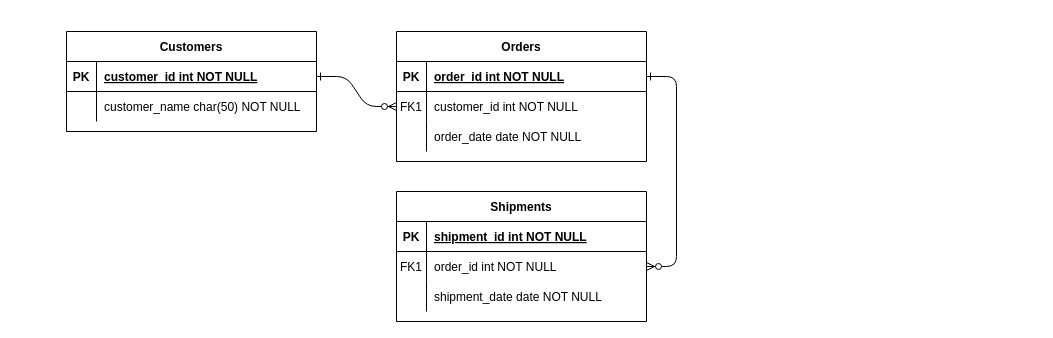
This is Untitled Diagram.drawio from ehdrylang/erd, a draw.io file, before an edit. Source tidied: cells renumbered, new cells numbered last; positions are measured from the earlier drawing's top-left corner, leaving out a move shared by most shapes. Both pictures are drawn from the tidied source at 100%, with x=0, y=0 at pixel (66, 31).
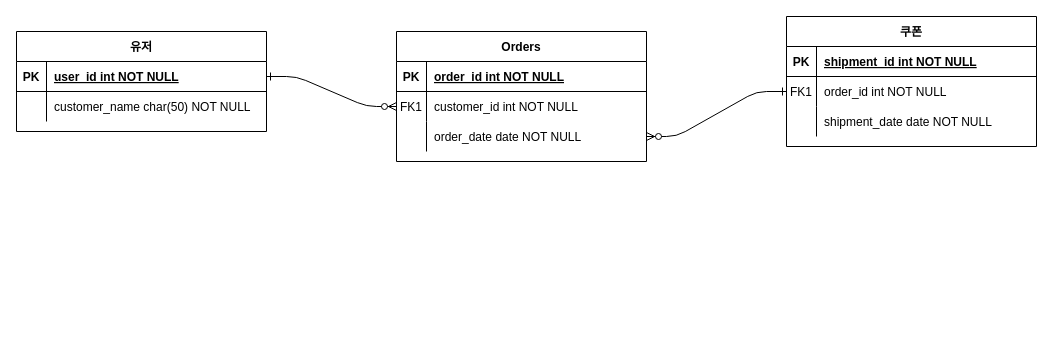
The same diagram, later.

The change refers to these unchanged cells:
```xml
<mxCell id="5" style="shape=partialRectangle;fillColor=none;points=[[0,0.5],[1,0.5]];portConstraint=eastwest;top=0;left=0;right=0;bottom=1;" parent="4" vertex="1">
  <mxGeometry y="30" width="250" height="30" as="geometry" />
</mxCell>
<mxCell id="11" style="shape=partialRectangle;fillColor=none;points=[[0,0.5],[1,0.5]];portConstraint=eastwest;top=0;left=0;right=0;bottom=0;" parent="4" vertex="1">
  <mxGeometry y="90" width="250" height="30" as="geometry" />
</mxCell>
<mxCell id="18" style="shape=partialRectangle;fillColor=none;points=[[0,0.5],[1,0.5]];portConstraint=eastwest;top=0;left=0;right=0;bottom=0;" parent="14" vertex="1">
  <mxGeometry y="60" width="250" height="30" as="geometry" />
</mxCell>
<mxCell id="25" style="shape=partialRectangle;fillColor=none;points=[[0,0.5],[1,0.5]];portConstraint=eastwest;top=0;left=0;right=0;bottom=1;" parent="24" vertex="1">
  <mxGeometry y="30" width="250" height="30" as="geometry" />
</mxCell>
```

Diff of the diagram source:
```diff
@@
-    <mxCell id="3" style="edgeStyle=entityRelationEdgeStyle;endArrow=ERzeroToMany;startArrow=ERone;endFill=1;startFill=0;" parent="1" edge="1" source="5" target="18">
+    <mxCell id="3" style="edgeStyle=entityRelationEdgeStyle;endArrow=ERzeroToMany;startArrow=ERone;endFill=1;startFill=0;exitX=0;exitY=0.5;exitDx=0;exitDy=0;entryX=1;entryY=0.5;entryDx=0;entryDy=0;" parent="1" edge="1" source="18" target="11">
       <mxGeometry relative="1" as="geometry" />
     </mxCell>
@@
-    <mxCell id="14" value="Shipments" style="shape=table;startSize=30;childLayout=tableLayout;rowLines=0;fontStyle=1;align=center;" parent="1" vertex="1">
-      <mxGeometry x="330" y="160" width="250" height="130" as="geometry" />
+    <mxCell id="14" value="쿠폰" style="shape=table;startSize=30;childLayout=tableLayout;rowLines=0;fontStyle=1;align=center;" parent="1" vertex="1">
+      <mxGeometry x="720" y="-15" width="250" height="130" as="geometry" />
     </mxCell>
@@
-    <mxCell id="24" value="Customers" style="shape=table;startSize=30;childLayout=tableLayout;rowLines=0;fontStyle=1;align=center;" parent="1" vertex="1">
-      <mxGeometry width="250" height="100" as="geometry" />
+    <mxCell id="24" value="유저" style="shape=table;startSize=30;childLayout=tableLayout;rowLines=0;fontStyle=1;align=center;" parent="1" vertex="1">
+      <mxGeometry x="-50" width="250" height="100" as="geometry" />
     </mxCell>
@@
-    <mxCell id="27" value="customer_id int NOT NULL " style="shape=partialRectangle;overflow=hidden;fillColor=none;top=0;left=0;bottom=0;right=0;align=left;spacingLeft=6;fontStyle=5;" parent="25" vertex="1">
+    <mxCell id="27" value="user_id int NOT NULL" style="shape=partialRectangle;overflow=hidden;fillColor=none;top=0;left=0;bottom=0;right=0;align=left;spacingLeft=6;fontStyle=5;" parent="25" vertex="1">
       <mxGeometry x="30" width="220" height="30" as="geometry" />
     </mxCell>
```
